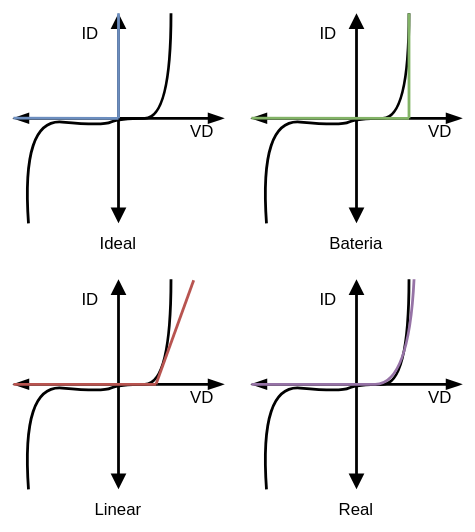
Above: assets/images/ele1-p1-20211-img5.drawio.svg in html-3/eca (draw.io), before the change. Source tidied: cells renumbered, new cells last; positions are measured from the earlier drawing's top-left corner, leaving out a move shared by most shapes. The source it was exported from:
```xml
<mxGraphModel>
  <root>
    <mxCell id="0" />
    <mxCell id="1" parent="0" />
    <mxCell id="2" style="edgeStyle=none;html=1;exitX=0.5;exitY=0;exitDx=0;exitDy=0;entryX=0.5;entryY=1;entryDx=0;entryDy=0;strokeWidth=2;startArrow=block;startFill=1;endArrow=block;endFill=1;" parent="1" edge="1">
      <mxGeometry relative="1" as="geometry">
        <mxPoint x="75" as="sourcePoint" />
        <mxPoint x="75" y="150" as="targetPoint" />
      </mxGeometry>
    </mxCell>
    <mxCell id="3" style="edgeStyle=none;html=1;exitX=0;exitY=0.5;exitDx=0;exitDy=0;entryX=1;entryY=0.5;entryDx=0;entryDy=0;strokeWidth=2;startArrow=blockThin;startFill=1;endArrow=blockThin;endFill=1;" parent="1" edge="1">
      <mxGeometry relative="1" as="geometry">
        <mxPoint y="75" as="sourcePoint" />
        <mxPoint x="150" y="75" as="targetPoint" />
      </mxGeometry>
    </mxCell>
    <mxCell id="4" style="curved=1;endArrow=none;html=1;strokeWidth=2;entryX=0.75;entryY=0;entryDx=0;entryDy=0;endFill=0;" parent="1" edge="1">
      <mxGeometry relative="1" as="geometry">
        <mxPoint x="10.7" y="150" as="sourcePoint" />
        <mxPoint x="112.5" as="targetPoint" />
        <Array as="points">
          <mxPoint x="5.4" y="75" />
          <mxPoint x="64.3" y="80.4" />
          <mxPoint x="75" y="75" />
          <mxPoint x="112.5" y="75" />
        </Array>
      </mxGeometry>
    </mxCell>
    <mxCell id="5" style="endArrow=none;html=1;strokeWidth=2;curved=1;exitX=0;exitY=0.5;exitDx=0;exitDy=0;fillColor=#dae8fc;strokeColor=#6c8ebf;" parent="1" edge="1">
      <mxGeometry relative="1" as="geometry">
        <mxPoint y="74.9" as="sourcePoint" />
        <mxPoint x="75" y="75" as="targetPoint" />
      </mxGeometry>
    </mxCell>
    <mxCell id="6" style="endArrow=none;html=1;strokeWidth=2;curved=1;exitX=0;exitY=0.5;exitDx=0;exitDy=0;fillColor=#dae8fc;strokeColor=#6c8ebf;" parent="1" edge="1">
      <mxGeometry relative="1" as="geometry">
        <mxPoint x="75" as="sourcePoint" />
        <mxPoint x="75" y="75" as="targetPoint" />
      </mxGeometry>
    </mxCell>
    <mxCell id="7" style="edgeStyle=none;html=1;exitX=0.5;exitY=0;exitDx=0;exitDy=0;entryX=0.5;entryY=1;entryDx=0;entryDy=0;strokeWidth=2;startArrow=block;startFill=1;endArrow=block;endFill=1;" parent="1" edge="1">
      <mxGeometry relative="1" as="geometry">
        <mxPoint x="245" as="sourcePoint" />
        <mxPoint x="245" y="150" as="targetPoint" />
      </mxGeometry>
    </mxCell>
    <mxCell id="8" style="edgeStyle=none;html=1;exitX=0;exitY=0.5;exitDx=0;exitDy=0;entryX=1;entryY=0.5;entryDx=0;entryDy=0;strokeWidth=2;startArrow=blockThin;startFill=1;endArrow=blockThin;endFill=1;" parent="1" edge="1">
      <mxGeometry relative="1" as="geometry">
        <mxPoint x="170" y="75" as="sourcePoint" />
        <mxPoint x="320" y="75" as="targetPoint" />
      </mxGeometry>
    </mxCell>
    <mxCell id="9" style="curved=1;endArrow=none;html=1;strokeWidth=2;entryX=0.75;entryY=0;entryDx=0;entryDy=0;endFill=0;" parent="1" edge="1">
      <mxGeometry relative="1" as="geometry">
        <mxPoint x="180.7" y="150" as="sourcePoint" />
        <mxPoint x="282.5" as="targetPoint" />
        <Array as="points">
          <mxPoint x="175.4" y="75" />
          <mxPoint x="234.3" y="80.4" />
          <mxPoint x="245" y="75" />
          <mxPoint x="282.5" y="75" />
        </Array>
      </mxGeometry>
    </mxCell>
    <mxCell id="10" style="endArrow=none;html=1;strokeWidth=2;curved=1;exitX=0;exitY=0.5;exitDx=0;exitDy=0;fillColor=#d5e8d4;strokeColor=#82b366;" parent="1" edge="1">
      <mxGeometry relative="1" as="geometry">
        <mxPoint x="170" y="74.9" as="sourcePoint" />
        <mxPoint x="282.5" y="75.1" as="targetPoint" />
      </mxGeometry>
    </mxCell>
    <mxCell id="11" style="endArrow=none;html=1;strokeWidth=2;curved=1;exitX=0;exitY=0.5;exitDx=0;exitDy=0;fillColor=#d5e8d4;strokeColor=#82b366;" parent="1" edge="1">
      <mxGeometry relative="1" as="geometry">
        <mxPoint x="282.5" as="sourcePoint" />
        <mxPoint x="282.5" y="75" as="targetPoint" />
      </mxGeometry>
    </mxCell>
    <mxCell id="12" style="edgeStyle=none;html=1;exitX=0.5;exitY=0;exitDx=0;exitDy=0;entryX=0.5;entryY=1;entryDx=0;entryDy=0;strokeWidth=2;startArrow=block;startFill=1;endArrow=block;endFill=1;" parent="1" edge="1">
      <mxGeometry relative="1" as="geometry">
        <mxPoint x="245" y="190" as="sourcePoint" />
        <mxPoint x="245" y="340" as="targetPoint" />
      </mxGeometry>
    </mxCell>
    <mxCell id="13" style="edgeStyle=none;html=1;exitX=0;exitY=0.5;exitDx=0;exitDy=0;entryX=1;entryY=0.5;entryDx=0;entryDy=0;strokeWidth=2;startArrow=blockThin;startFill=1;endArrow=blockThin;endFill=1;" parent="1" edge="1">
      <mxGeometry relative="1" as="geometry">
        <mxPoint x="170" y="265" as="sourcePoint" />
        <mxPoint x="320" y="265" as="targetPoint" />
      </mxGeometry>
    </mxCell>
    <mxCell id="14" style="curved=1;endArrow=none;html=1;strokeWidth=2;entryX=0.75;entryY=0;entryDx=0;entryDy=0;endFill=0;" parent="1" edge="1">
      <mxGeometry relative="1" as="geometry">
        <mxPoint x="180.7" y="340" as="sourcePoint" />
        <mxPoint x="282.5" y="190" as="targetPoint" />
        <Array as="points">
          <mxPoint x="175.4" y="265" />
          <mxPoint x="234.3" y="270.4" />
          <mxPoint x="245" y="265" />
          <mxPoint x="282.5" y="265" />
        </Array>
      </mxGeometry>
    </mxCell>
    <mxCell id="15" style="curved=1;endArrow=none;html=1;strokeWidth=2;exitX=0;exitY=0.5;exitDx=0;exitDy=0;endFill=0;fillColor=#e1d5e7;strokeColor=#9673a6;entryX=0.774;entryY=0;entryDx=0;entryDy=0;entryPerimeter=0;" parent="1" edge="1">
      <mxGeometry relative="1" as="geometry">
        <mxPoint x="170" y="265" as="sourcePoint" />
        <mxPoint x="286.1" y="190" as="targetPoint" />
        <Array as="points">
          <mxPoint x="245" y="265" />
          <mxPoint x="234.3" y="265" />
          <mxPoint x="282.5" y="265" />
        </Array>
      </mxGeometry>
    </mxCell>
    <mxCell id="16" style="edgeStyle=none;html=1;exitX=0.5;exitY=0;exitDx=0;exitDy=0;entryX=0.5;entryY=1;entryDx=0;entryDy=0;strokeWidth=2;startArrow=block;startFill=1;endArrow=block;endFill=1;" parent="1" edge="1">
      <mxGeometry relative="1" as="geometry">
        <mxPoint x="75" y="190" as="sourcePoint" />
        <mxPoint x="75" y="340" as="targetPoint" />
      </mxGeometry>
    </mxCell>
    <mxCell id="17" style="edgeStyle=none;html=1;exitX=0;exitY=0.5;exitDx=0;exitDy=0;entryX=1;entryY=0.5;entryDx=0;entryDy=0;strokeWidth=2;startArrow=blockThin;startFill=1;endArrow=blockThin;endFill=1;" parent="1" edge="1">
      <mxGeometry relative="1" as="geometry">
        <mxPoint y="265" as="sourcePoint" />
        <mxPoint x="150" y="265" as="targetPoint" />
      </mxGeometry>
    </mxCell>
    <mxCell id="18" style="curved=1;endArrow=none;html=1;strokeWidth=2;entryX=0.75;entryY=0;entryDx=0;entryDy=0;endFill=0;" parent="1" edge="1">
      <mxGeometry relative="1" as="geometry">
        <mxPoint x="10.7" y="340" as="sourcePoint" />
        <mxPoint x="112.5" y="190" as="targetPoint" />
        <Array as="points">
          <mxPoint x="5.4" y="265" />
          <mxPoint x="64.3" y="270.4" />
          <mxPoint x="75" y="265" />
          <mxPoint x="112.5" y="265" />
        </Array>
      </mxGeometry>
    </mxCell>
    <mxCell id="19" style="endArrow=none;html=1;strokeWidth=2;curved=1;exitX=0;exitY=0.5;exitDx=0;exitDy=0;fillColor=#f8cecc;strokeColor=#b85450;" parent="1" edge="1">
      <mxGeometry relative="1" as="geometry">
        <mxPoint y="265" as="sourcePoint" />
        <mxPoint x="101.8" y="265" as="targetPoint" />
      </mxGeometry>
    </mxCell>
    <mxCell id="20" style="endArrow=none;html=1;strokeWidth=2;curved=1;fillColor=#f8cecc;strokeColor=#b85450;entryX=0.858;entryY=0.005;entryDx=0;entryDy=0;entryPerimeter=0;" parent="1" edge="1">
      <mxGeometry relative="1" as="geometry">
        <mxPoint x="101.8" y="265" as="sourcePoint" />
        <mxPoint x="128.7" y="190.8" as="targetPoint" />
      </mxGeometry>
    </mxCell>
    <mxCell id="21" value="Ideal" style="text;html=1;strokeColor=none;fillColor=none;align=center;verticalAlign=middle;whiteSpace=wrap;rounded=0;comic=0;" parent="1" vertex="1">
      <mxGeometry y="150" width="150" height="30" as="geometry" />
    </mxCell>
    <mxCell id="22" value="Bateria" style="text;html=1;strokeColor=none;fillColor=none;align=center;verticalAlign=middle;whiteSpace=wrap;rounded=0;comic=0;" parent="1" vertex="1">
      <mxGeometry x="170" y="150" width="150" height="30" as="geometry" />
    </mxCell>
    <mxCell id="23" value="Linear" style="text;html=1;strokeColor=none;fillColor=none;align=center;verticalAlign=middle;whiteSpace=wrap;rounded=0;comic=0;" parent="1" vertex="1">
      <mxGeometry y="340" width="150" height="30" as="geometry" />
    </mxCell>
    <mxCell id="24" value="Real" style="text;html=1;strokeColor=none;fillColor=none;align=center;verticalAlign=middle;whiteSpace=wrap;rounded=0;comic=0;" parent="1" vertex="1">
      <mxGeometry x="170" y="340" width="150" height="30" as="geometry" />
    </mxCell>
    <mxCell id="25" value="VD" style="text;html=1;strokeColor=none;fillColor=none;align=center;verticalAlign=middle;whiteSpace=wrap;rounded=0;comic=0;" parent="1" vertex="1">
      <mxGeometry x="120" y="260" width="30" height="30" as="geometry" />
    </mxCell>
    <mxCell id="26" value="VD" style="text;html=1;strokeColor=none;fillColor=none;align=center;verticalAlign=middle;whiteSpace=wrap;rounded=0;comic=0;" parent="1" vertex="1">
      <mxGeometry x="120" y="70" width="30" height="30" as="geometry" />
    </mxCell>
    <mxCell id="27" value="VD" style="text;html=1;strokeColor=none;fillColor=none;align=center;verticalAlign=middle;whiteSpace=wrap;rounded=0;comic=0;" parent="1" vertex="1">
      <mxGeometry x="290" y="70" width="30" height="30" as="geometry" />
    </mxCell>
    <mxCell id="28" value="VD" style="text;html=1;strokeColor=none;fillColor=none;align=center;verticalAlign=middle;whiteSpace=wrap;rounded=0;comic=0;" parent="1" vertex="1">
      <mxGeometry x="290" y="260" width="30" height="30" as="geometry" />
    </mxCell>
    <mxCell id="29" value="ID" style="text;html=1;strokeColor=none;fillColor=none;align=center;verticalAlign=middle;whiteSpace=wrap;rounded=0;comic=0;" parent="1" vertex="1">
      <mxGeometry x="210" y="190" width="30" height="30" as="geometry" />
    </mxCell>
    <mxCell id="30" value="ID" style="text;html=1;strokeColor=none;fillColor=none;align=center;verticalAlign=middle;whiteSpace=wrap;rounded=0;comic=0;" parent="1" vertex="1">
      <mxGeometry x="40" y="190" width="30" height="30" as="geometry" />
    </mxCell>
    <mxCell id="31" value="ID" style="text;html=1;strokeColor=none;fillColor=none;align=center;verticalAlign=middle;whiteSpace=wrap;rounded=0;comic=0;" parent="1" vertex="1">
      <mxGeometry x="40" width="30" height="30" as="geometry" />
    </mxCell>
    <mxCell id="32" value="ID" style="text;html=1;strokeColor=none;fillColor=none;align=center;verticalAlign=middle;whiteSpace=wrap;rounded=0;comic=0;" parent="1" vertex="1">
      <mxGeometry x="210" width="30" height="30" as="geometry" />
    </mxCell>
  </root>
</mxGraphModel>
```
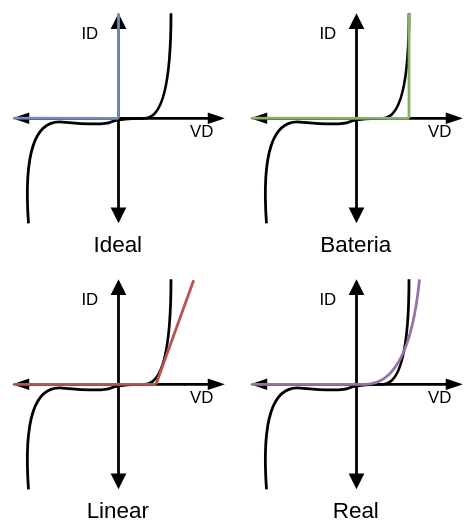
After the commit.

What changed in the source:
```diff
@@ -98,13 +98,13 @@
         </Array>
       </mxGeometry>
     </mxCell>
-    <mxCell id="15" style="curved=1;endArrow=none;html=1;strokeWidth=2;exitX=0;exitY=0.5;exitDx=0;exitDy=0;endFill=0;fillColor=#e1d5e7;strokeColor=#9673a6;entryX=0.774;entryY=0;entryDx=0;entryDy=0;entryPerimeter=0;" parent="1" edge="1">
+    <mxCell id="15" style="curved=1;endArrow=none;html=1;strokeWidth=2;exitX=0;exitY=0.5;exitDx=0;exitDy=0;endFill=0;fillColor=#e1d5e7;strokeColor=#9673a6;" parent="1" edge="1">
       <mxGeometry relative="1" as="geometry">
         <mxPoint x="170" y="265" as="sourcePoint" />
-        <mxPoint x="286.1" y="190" as="targetPoint" />
+        <mxPoint x="290" y="190" as="targetPoint" />
         <Array as="points">
           <mxPoint x="245" y="265" />
-          <mxPoint x="234.3" y="265" />
+          <mxPoint x="220" y="265" />
           <mxPoint x="282.5" y="265" />
         </Array>
       </mxGeometry>
@@ -145,16 +145,16 @@
         <mxPoint x="128.7" y="190.8" as="targetPoint" />
       </mxGeometry>
     </mxCell>
-    <mxCell id="21" value="Ideal" style="text;html=1;strokeColor=none;fillColor=none;align=center;verticalAlign=middle;whiteSpace=wrap;rounded=0;comic=0;" parent="1" vertex="1">
+    <mxCell id="21" value="Ideal" style="text;html=1;strokeColor=none;fillColor=none;align=center;verticalAlign=middle;whiteSpace=wrap;rounded=0;comic=0;fontSize=16;" parent="1" vertex="1">
       <mxGeometry y="150" width="150" height="30" as="geometry" />
     </mxCell>
-    <mxCell id="22" value="Bateria" style="text;html=1;strokeColor=none;fillColor=none;align=center;verticalAlign=middle;whiteSpace=wrap;rounded=0;comic=0;" parent="1" vertex="1">
+    <mxCell id="22" value="Bateria" style="text;html=1;strokeColor=none;fillColor=none;align=center;verticalAlign=middle;whiteSpace=wrap;rounded=0;comic=0;fontSize=16;" parent="1" vertex="1">
       <mxGeometry x="170" y="150" width="150" height="30" as="geometry" />
     </mxCell>
-    <mxCell id="23" value="Linear" style="text;html=1;strokeColor=none;fillColor=none;align=center;verticalAlign=middle;whiteSpace=wrap;rounded=0;comic=0;" parent="1" vertex="1">
+    <mxCell id="23" value="Linear" style="text;html=1;strokeColor=none;fillColor=none;align=center;verticalAlign=middle;whiteSpace=wrap;rounded=0;comic=0;fontSize=16;" parent="1" vertex="1">
       <mxGeometry y="340" width="150" height="30" as="geometry" />
     </mxCell>
-    <mxCell id="24" value="Real" style="text;html=1;strokeColor=none;fillColor=none;align=center;verticalAlign=middle;whiteSpace=wrap;rounded=0;comic=0;" parent="1" vertex="1">
+    <mxCell id="24" value="Real" style="text;html=1;strokeColor=none;fillColor=none;align=center;verticalAlign=middle;whiteSpace=wrap;rounded=0;comic=0;fontSize=16;" parent="1" vertex="1">
       <mxGeometry x="170" y="340" width="150" height="30" as="geometry" />
     </mxCell>
     <mxCell id="25" value="VD" style="text;html=1;strokeColor=none;fillColor=none;align=center;verticalAlign=middle;whiteSpace=wrap;rounded=0;comic=0;" parent="1" vertex="1">
```
